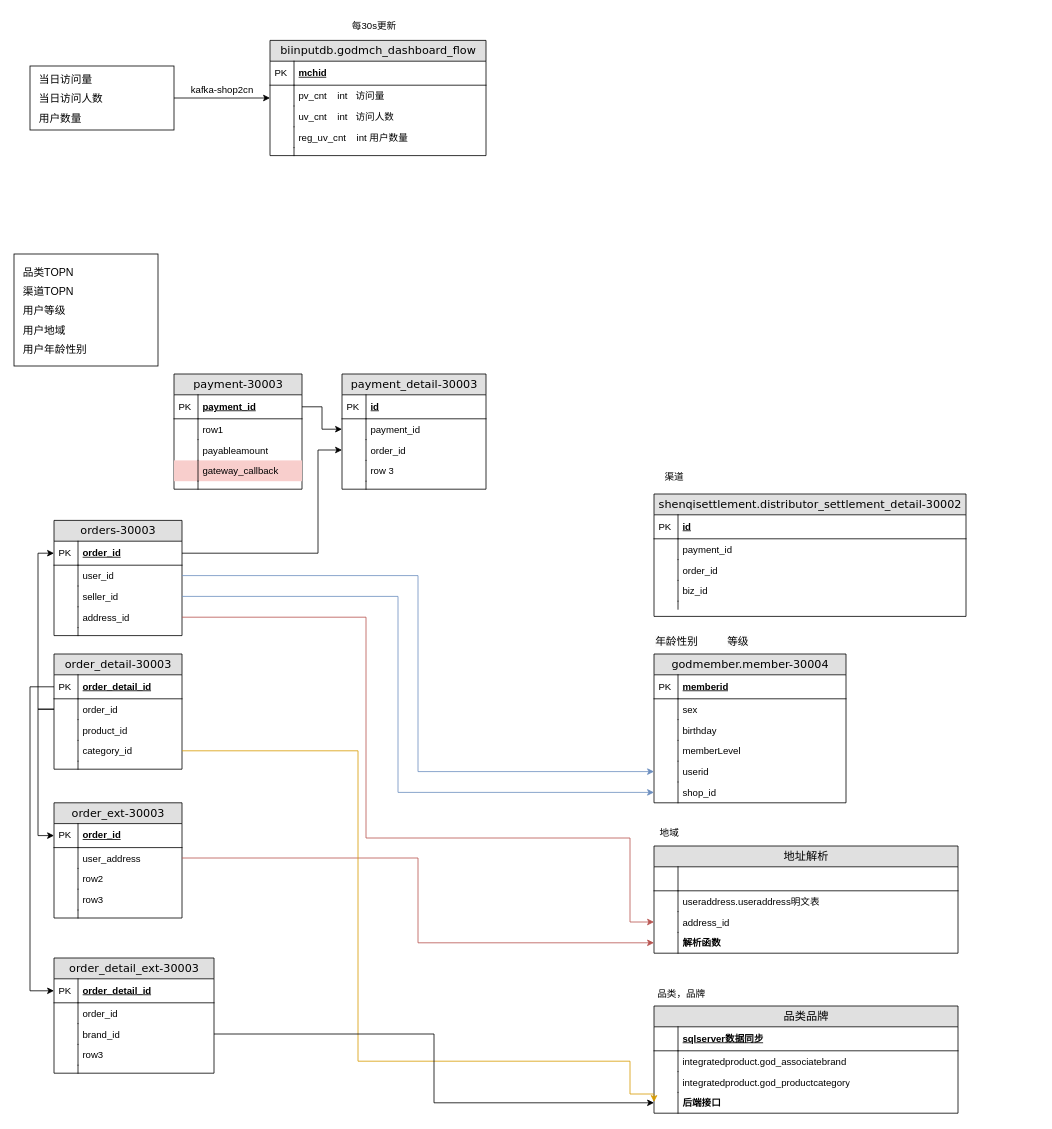
Above: 未命名绘图.drawio in langfu54/BigData-Drawings (draw.io), before the change. Source tidied: cells renumbered, new cells numbered last; positions are measured from the earlier drawing's top-left corner, leaving out a move shared by most shapes. Both pictures are drawn from the tidied source at 80%, with x=0, y=0 at pixel (14, 14).
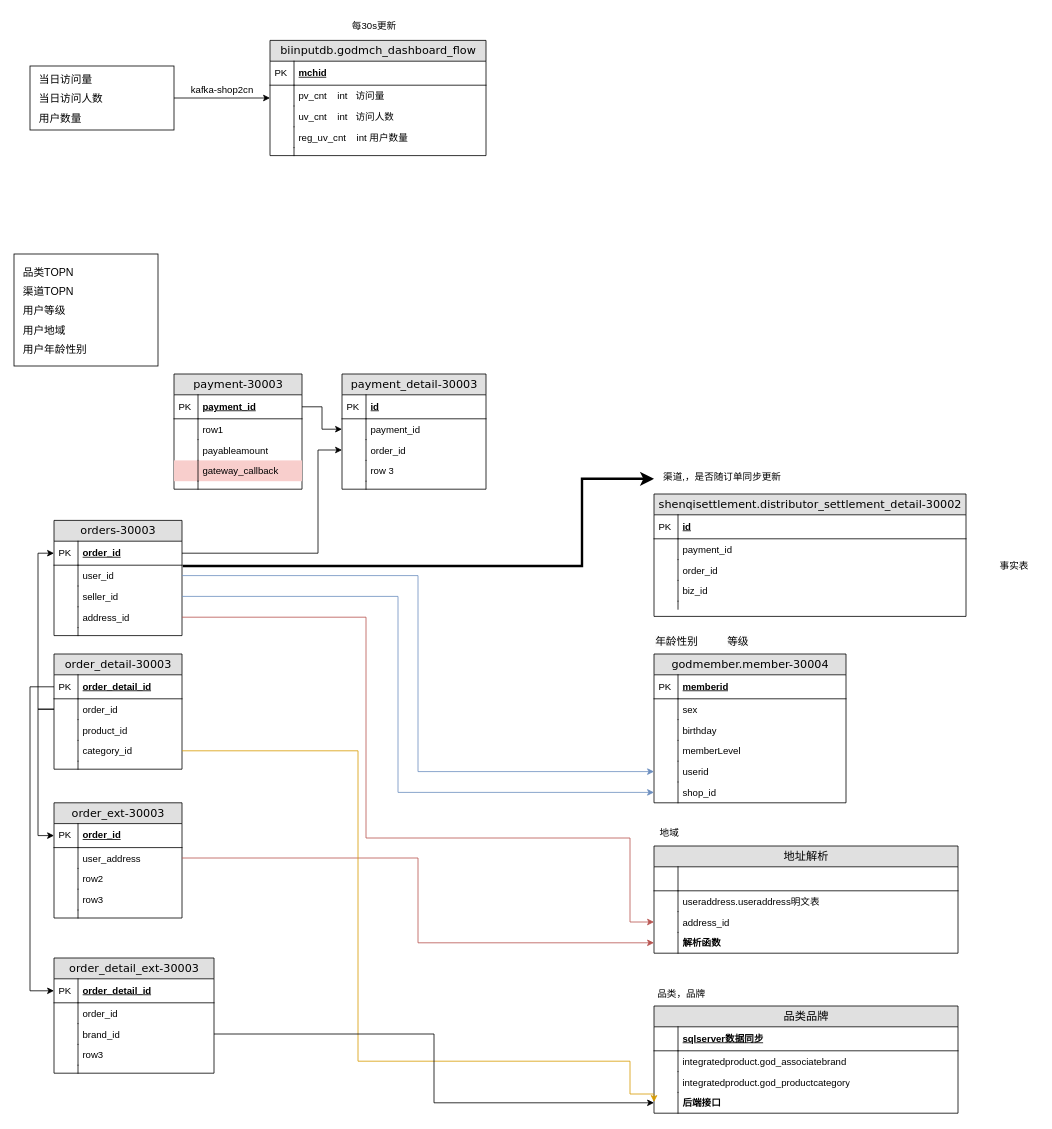
The same diagram, later.

Commit message:
更新未命名绘图.drawio

The change refers to these unchanged cells:
```xml
<mxCell id="37" value="user_id" style="shape=partialRectangle;top=0;left=0;right=0;bottom=0;html=1;align=left;verticalAlign=top;fillColor=none;spacingLeft=34;spacingRight=4;whiteSpace=wrap;overflow=hidden;points=[[0,0.5],[1,0.5]];portConstraint=eastwest;" parent="34" vertex="1">
  <mxGeometry y="56" width="160" height="26" as="geometry" />
</mxCell>
```

Change to the diagram source:
```diff
@@
-    <mxCell id="133" value="渠道" style="text;html=1;align=center;verticalAlign=middle;points=[];strokeColor=none;fillColor=none;" parent="1" vertex="1">
-      <mxGeometry x="800" y="564" width="50" height="30" as="geometry" />
+    <mxCell id="133" value="渠道,，是否随订单同步更新" style="text;html=1;align=center;verticalAlign=middle;points=[];strokeColor=none;fillColor=none;" parent="1" vertex="1">
+      <mxGeometry x="800" y="564" width="170" height="30" as="geometry" />
     </mxCell>
@@
+    <mxCell id="147" value="事实表" style="text;html=1;align=center;verticalAlign=middle;strokeColor=none;fillColor=none;" parent="1" vertex="1">
+      <mxGeometry x="1220" y="675" width="60" height="30" as="geometry" />
+    </mxCell>
+    <mxCell id="148" style="edgeStyle=segmentEdgeStyle;endArrow=classic;html=1;curved=0;rounded=0;endSize=8;startSize=8;entryX=0;entryY=0.567;entryDx=0;entryDy=0;entryPerimeter=0;exitX=1.006;exitY=0.038;exitDx=0;exitDy=0;exitPerimeter=0;strokeWidth=3;" parent="1" edge="1" source="37" target="133">
+      <mxGeometry relative="1" as="geometry">
+        <Array as="points">
+          <mxPoint x="710" y="690" />
+          <mxPoint x="710" y="581" />
+        </Array>
+      </mxGeometry>
+    </mxCell>
```
